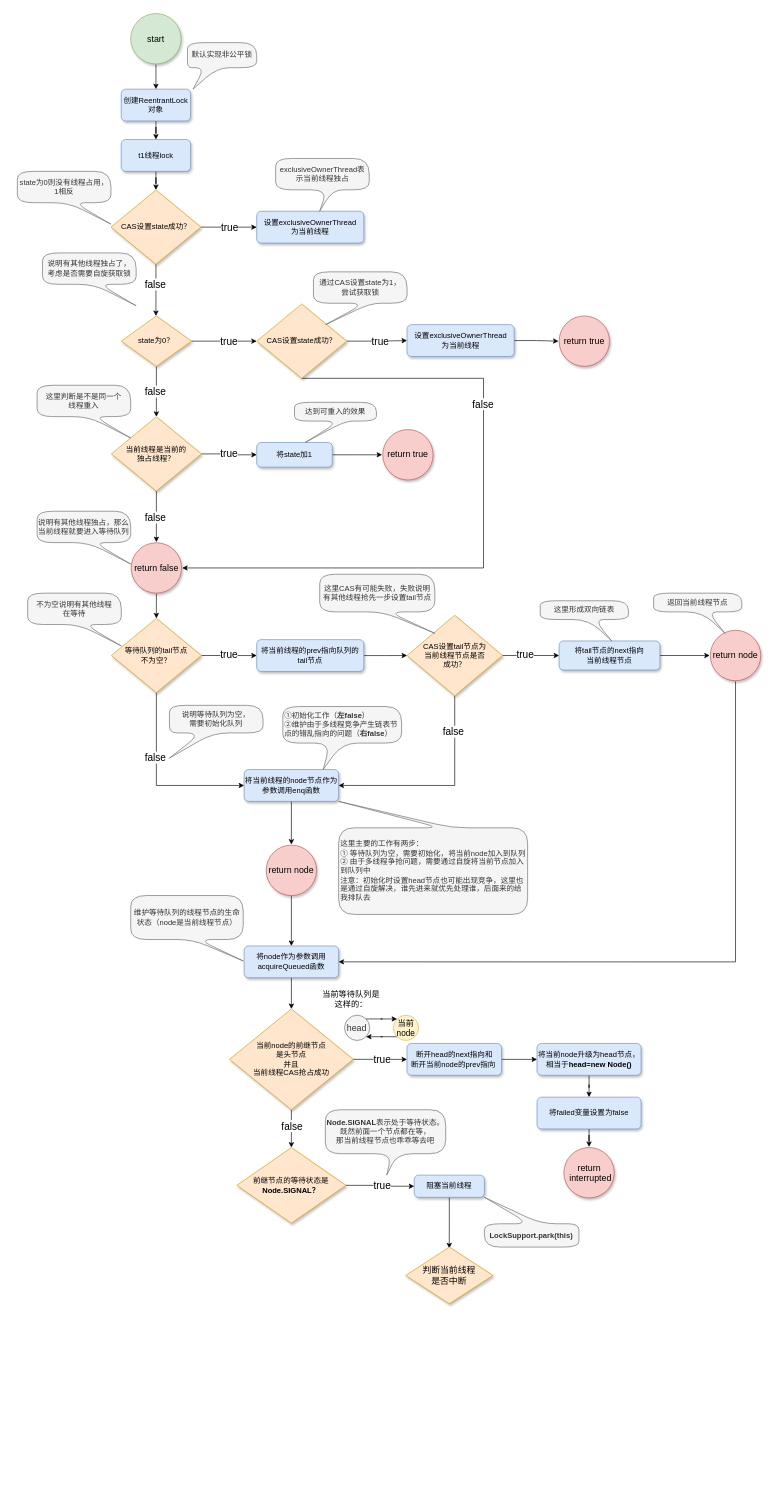
The draw.io diagram page "nonfair-lock" (1 of 2) of typora/JavaSE/7 并发/JUC-interface-diagram/ReentrantLock执行流程.drawio in LDChing0321/JavaLearn, before the edit. Source tidied: cells renumbered, new cells numbered last; positions are measured from the earlier drawing's top-left corner, leaving out a move shared by most shapes. Both pictures are drawn from the tidied source at 63%, with x=0, y=0 at pixel (17, 13).
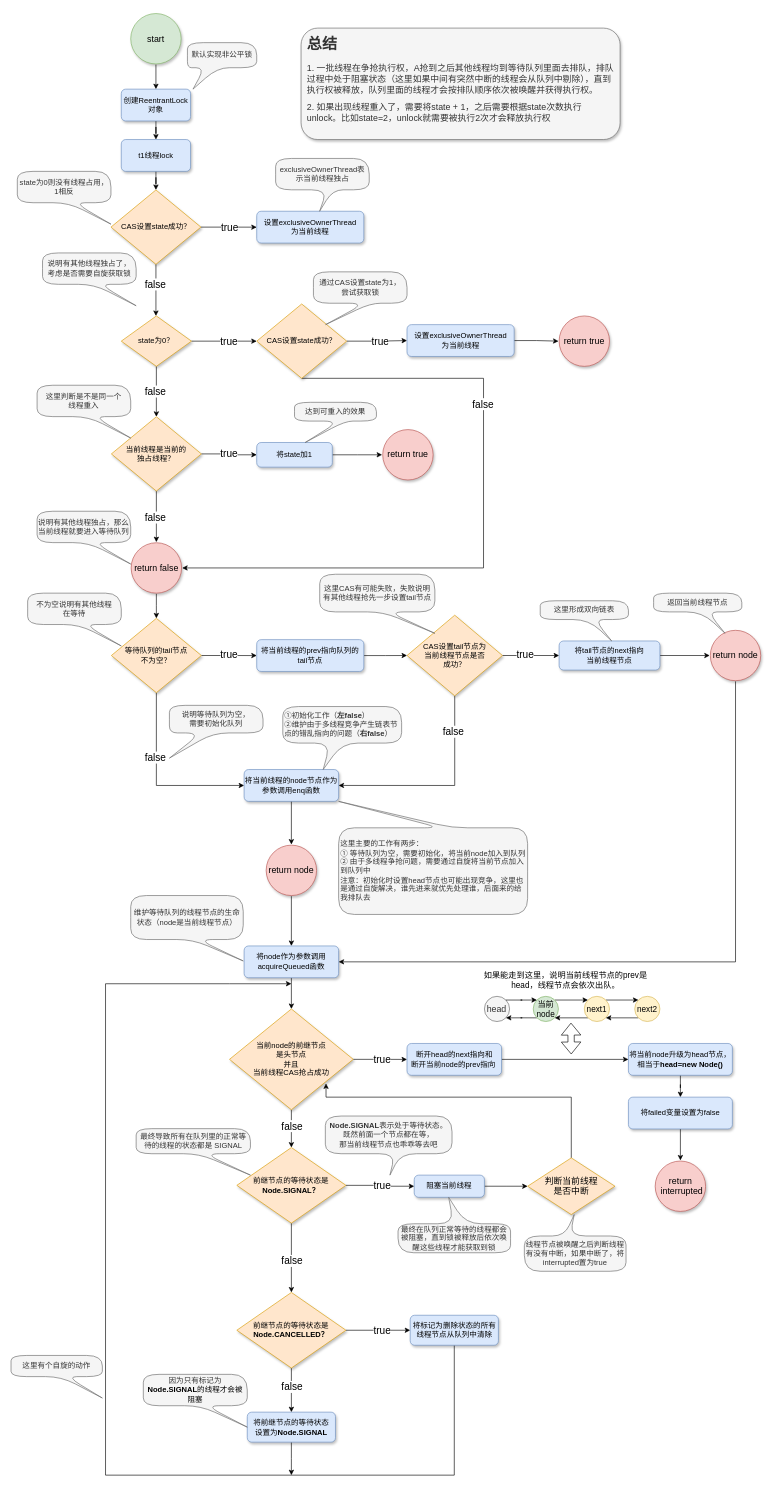
Above is the later version.

Commit message:
更新ReentrantLock执行流程.drawio

Unchanged cells that the change refers to:
```xml
<mxCell id="77" value="当前node的前继节点&lt;br&gt;是头节点&lt;br&gt;并且&lt;br&gt;当前线程CAS抢占成功" style="strokeWidth=1;html=1;shape=mxgraph.flowchart.decision;whiteSpace=wrap;fillColor=#ffe6cc;strokeColor=#d79b00;shadow=1;" parent="1" vertex="1">
  <mxGeometry x="336.8" y="1580" width="196.4" height="160" as="geometry" />
</mxCell>
<mxCell id="93" value="前继节点的等待状态是&lt;br&gt;&lt;b&gt;Node.SIGNAL？&lt;/b&gt;" style="strokeWidth=1;html=1;shape=mxgraph.flowchart.decision;whiteSpace=wrap;fillColor=#ffe6cc;strokeColor=#d79b00;shadow=1;" parent="1" vertex="1">
  <mxGeometry x="348.4" y="1800" width="173.2" height="120" as="geometry" />
</mxCell>
<mxCell id="97" value="阻塞当前线程" style="rounded=1;whiteSpace=wrap;html=1;absoluteArcSize=1;arcSize=14;strokeWidth=1;fillColor=#dae8fc;strokeColor=#6c8ebf;shadow=1;" parent="1" vertex="1">
  <mxGeometry x="630" y="1843.8" width="111.4" height="35.2" as="geometry" />
</mxCell>
```

What changed in the source:
```diff
@@
     <mxCell id="82" value="将当前node升级为head节点，相当于&lt;b&gt;head=new Node()&lt;/b&gt;" style="rounded=1;whiteSpace=wrap;html=1;absoluteArcSize=1;arcSize=14;strokeWidth=1;fillColor=#dae8fc;strokeColor=#6c8ebf;shadow=1;" parent="1" vertex="1">
-      <mxGeometry x="825" y="1634.8" width="165" height="50.5" as="geometry" />
+      <mxGeometry x="970" y="1634.8" width="165" height="50.5" as="geometry" />
     </mxCell>
-    <mxCell id="83" style="group;" parent="1" vertex="1">
-      <mxGeometry x="519.4" y="1590" width="117.5" height="40" as="geometry" />
-    </mxCell>
-    <mxCell id="84" value="head" style="ellipse;whiteSpace=wrap;html=1;fontSize=14;fillColor=#f5f5f5;fontColor=#333333;strokeColor=#666666;" parent="83" vertex="1">
-      <mxGeometry width="40" height="40" as="geometry" />
-    </mxCell>
-    <mxCell id="85" style="edgeStyle=orthogonalEdgeStyle;rounded=0;jettySize=auto;html=1;exitX=0;exitY=1;exitDx=0;exitDy=0;entryX=1;entryY=1;entryDx=0;entryDy=0;fontSize=13;" parent="83" edge="1" source="86" target="84">
-      <mxGeometry relative="1" as="geometry" />
-    </mxCell>
-    <mxCell id="86" value="当前node" style="ellipse;whiteSpace=wrap;html=1;fontSize=13;fillColor=#fff2cc;strokeColor=#d6b656;" parent="83" vertex="1">
-      <mxGeometry x="77.5" width="40" height="40" as="geometry" />
-    </mxCell>
-    <mxCell id="87" style="edgeStyle=orthogonalEdgeStyle;rounded=0;jettySize=auto;html=1;exitX=1;exitY=0;exitDx=0;exitDy=0;entryX=0;entryY=0;entryDx=0;entryDy=0;fontSize=13;" parent="83" edge="1" source="84" target="86">
-      <mxGeometry relative="1" as="geometry" />
-    </mxCell>
-    <mxCell id="88" value="当前等待队列是这样的：" style="text;html=1;strokeColor=none;fillColor=none;align=center;verticalAlign=middle;whiteSpace=wrap;rounded=0;fontSize=13;" parent="1" vertex="1">
-      <mxGeometry x="480" y="1550" width="100" height="30" as="geometry" />
+    <mxCell id="88" value="如果能走到这里，说明当前线程节点的prev是head，线程节点会依次出队。" style="text;html=1;strokeColor=none;fillColor=none;align=center;verticalAlign=middle;whiteSpace=wrap;rounded=0;fontSize=13;" parent="1" vertex="1">
+      <mxGeometry x="720.6" y="1520" width="299.4" height="30" as="geometry" />
     </mxCell>
@@
     <mxCell id="90" value="将failed变量设置为false" style="rounded=1;whiteSpace=wrap;html=1;absoluteArcSize=1;arcSize=14;strokeWidth=1;fillColor=#dae8fc;strokeColor=#6c8ebf;shadow=1;" parent="1" vertex="1">
-      <mxGeometry x="825" y="1720" width="165" height="50.5" as="geometry" />
+      <mxGeometry x="970" y="1720" width="165" height="50.5" as="geometry" />
     </mxCell>
     <mxCell id="91" value="return&lt;br&gt;&amp;nbsp;interrupted" style="strokeWidth=1;html=1;shape=mxgraph.flowchart.start_2;whiteSpace=wrap;labelBorderColor=none;strokeColor=#b85450;perimeterSpacing=1;fillColor=#f8cecc;shadow=1;fontSize=14;" parent="1" vertex="1">
-      <mxGeometry x="867.5" y="1800" width="80" height="80" as="geometry" />
+      <mxGeometry x="1012.5" y="1821.4" width="80" height="80" as="geometry" />
     </mxCell>
@@
+    <mxCell id="101" style="edgeStyle=orthogonalEdgeStyle;rounded=0;jettySize=auto;html=1;" parent="1" edge="1" source="93" target="106">
+      <mxGeometry relative="1" as="geometry" />
+    </mxCell>
@@
     <mxCell id="95" value="&lt;b&gt;Node.SIGNAL&lt;/b&gt;表示处于等待状态。&lt;br&gt;既然前面一个节点都在等，&lt;br&gt;那当前线程节点也乖乖等去吧" style="shape=callout;whiteSpace=wrap;html=1;perimeter=calloutPerimeter;position2=0.51;fillColor=#f5f5f5;fontColor=#333333;strokeColor=#666666;size=34;position=0.55;rounded=1;arcSize=50;base=9;spacing=3;" parent="1" vertex="1">
-      <mxGeometry x="488.9" y="1740" width="191.1" height="103.8" as="geometry" />
+      <mxGeometry x="488.9" y="1750" width="201.1" height="93.8" as="geometry" />
     </mxCell>
-    <mxCell id="96" style="edgeStyle=orthogonalEdgeStyle;rounded=0;jettySize=auto;html=1;fontSize=13;" parent="1" edge="1" source="97">
-      <mxGeometry relative="1" as="geometry">
-        <mxPoint x="685.6" y="1960" as="targetPoint" />
-      </mxGeometry>
-    </mxCell>
+    <mxCell id="102" style="edgeStyle=orthogonalEdgeStyle;rounded=0;jettySize=auto;html=1;" parent="1" edge="1" source="97" target="100">
+      <mxGeometry relative="1" as="geometry" />
+    </mxCell>
@@
-    <mxCell id="99" value="LockSupport.park(this)" style="shape=callout;whiteSpace=wrap;html=1;perimeter=calloutPerimeter;position2=1;fillColor=#f5f5f5;fontColor=#333333;strokeColor=#666666;size=42;position=0.4;rounded=1;arcSize=50;base=19;spacing=3;align=center;direction=west;fontStyle=1;" parent="1" vertex="1">
-      <mxGeometry x="741.4" y="1879" width="150" height="79" as="geometry" />
+    <mxCell id="99" value="&lt;span style=&quot;font-weight: 400;&quot;&gt;最终在队列正常等待的线程都会被阻塞，直到锁被释放后依次唤醒这些线程才能获取到锁&lt;/span&gt;" style="shape=callout;whiteSpace=wrap;html=1;perimeter=calloutPerimeter;position2=0.55;fillColor=#f5f5f5;fontColor=#333333;strokeColor=#666666;size=42;position=0.4;rounded=1;arcSize=50;base=19;spacing=3;align=center;direction=west;fontStyle=1;" parent="1" vertex="1">
+      <mxGeometry x="604.3" y="1879" width="178.6" height="88" as="geometry" />
     </mxCell>
+    <mxCell id="103" value="最终导致所有在队列里的正常等待的线程的状态都是&amp;nbsp;SIGNAL" style="shape=callout;whiteSpace=wrap;html=1;perimeter=calloutPerimeter;position2=1;fillColor=#f5f5f5;fontColor=#333333;strokeColor=#666666;size=34;position=0.55;rounded=1;arcSize=50;base=9;spacing=3;" parent="1" vertex="1">
+      <mxGeometry x="188.6" y="1770" width="181.4" height="73.8" as="geometry" />
+    </mxCell>
+    <mxCell id="104" style="edgeStyle=orthogonalEdgeStyle;rounded=0;jettySize=auto;html=1;" parent="1" edge="1" source="106" target="109">
+      <mxGeometry relative="1" as="geometry" />
+    </mxCell>
+    <mxCell id="105" style="edgeStyle=orthogonalEdgeStyle;rounded=0;jettySize=auto;html=1;" parent="1" edge="1" source="106" target="112">
+      <mxGeometry relative="1" as="geometry" />
+    </mxCell>
+    <mxCell id="106" value="前继节点的等待状态是&lt;br&gt;&lt;b&gt;Node.CANCELLED？&lt;/b&gt;" style="strokeWidth=1;html=1;shape=mxgraph.flowchart.decision;whiteSpace=wrap;fillColor=#ffe6cc;strokeColor=#d79b00;shadow=1;" parent="1" vertex="1">
+      <mxGeometry x="348.4" y="2030" width="173.2" height="120" as="geometry" />
+    </mxCell>
+    <mxCell id="107" value="false" style="edgeLabel;html=1;align=center;verticalAlign=middle;fontSize=16;" parent="1" vertex="1">
+      <mxGeometry x="447" y="1980" as="geometry">
+        <mxPoint x="-12" y="-1" as="offset" />
+      </mxGeometry>
+    </mxCell>
+    <mxCell id="108" style="edgeStyle=orthogonalEdgeStyle;rounded=0;jettySize=auto;html=1;exitX=0.5;exitY=1;exitDx=0;exitDy=0;" parent="1" edge="1" source="109">
+      <mxGeometry relative="1" as="geometry">
+        <mxPoint x="435" y="1540" as="targetPoint" />
+        <Array as="points">
+          <mxPoint x="694" y="2320" />
+          <mxPoint x="140" y="2320" />
+          <mxPoint x="140" y="1540" />
+          <mxPoint x="337" y="1540" />
+        </Array>
+      </mxGeometry>
+    </mxCell>
+    <mxCell id="109" value="将标记为删除状态的所有线程节点从队列中清除" style="rounded=1;whiteSpace=wrap;html=1;absoluteArcSize=1;arcSize=14;strokeWidth=1;fillColor=#dae8fc;strokeColor=#6c8ebf;shadow=1;" parent="1" vertex="1">
+      <mxGeometry x="623.6" y="2066.2" width="140" height="47.6" as="geometry" />
+    </mxCell>
+    <mxCell id="110" value="true" style="edgeLabel;html=1;align=center;verticalAlign=middle;fontSize=16;" parent="1" vertex="1">
+      <mxGeometry x="590" y="2090" as="geometry">
+        <mxPoint x="-12" y="-1" as="offset" />
+      </mxGeometry>
+    </mxCell>
+    <mxCell id="111" style="edgeStyle=orthogonalEdgeStyle;rounded=0;jettySize=auto;html=1;exitX=0.5;exitY=1;exitDx=0;exitDy=0;" parent="1" edge="1" source="112">
+      <mxGeometry relative="1" as="geometry">
+        <mxPoint x="435" y="2320" as="targetPoint" />
+      </mxGeometry>
+    </mxCell>
+    <mxCell id="112" value="将前继节点的等待状态&lt;br&gt;设置为&lt;b&gt;Node.SIGNAL&lt;/b&gt;" style="rounded=1;whiteSpace=wrap;html=1;absoluteArcSize=1;arcSize=14;strokeWidth=1;fillColor=#dae8fc;strokeColor=#6c8ebf;shadow=1;" parent="1" vertex="1">
+      <mxGeometry x="365" y="2220" width="140" height="47.6" as="geometry" />
+    </mxCell>
+    <mxCell id="113" value="因为只有标记为&lt;b style=&quot;color: rgb(0, 0, 0);&quot;&gt;Node.SIGNAL&lt;/b&gt;&lt;span style=&quot;color: rgb(0, 0, 0);&quot;&gt;的线程才会被阻塞&lt;/span&gt;" style="shape=callout;whiteSpace=wrap;html=1;perimeter=calloutPerimeter;position2=1;fillColor=#f5f5f5;fontColor=#333333;strokeColor=#666666;size=34;position=0.55;rounded=1;arcSize=50;base=9;spacing=3;" parent="1" vertex="1">
+      <mxGeometry x="200" y="2160" width="165" height="83.8" as="geometry" />
+    </mxCell>
+    <mxCell id="114" value="false" style="edgeLabel;html=1;align=center;verticalAlign=middle;fontSize=16;" parent="1" vertex="1">
+      <mxGeometry x="447" y="2180" as="geometry">
+        <mxPoint x="-12" y="-1" as="offset" />
+      </mxGeometry>
+    </mxCell>
+    <mxCell id="115" value="这里有个自旋的动作" style="shape=callout;whiteSpace=wrap;html=1;perimeter=calloutPerimeter;position2=1;fillColor=#f5f5f5;fontColor=#333333;strokeColor=#666666;size=34;position=0.55;rounded=1;arcSize=50;base=9;spacing=3;" parent="1" vertex="1">
+      <mxGeometry x="-10" y="2130" width="145" height="67.6" as="geometry" />
+    </mxCell>
+    <mxCell id="116" style="edgeStyle=orthogonalEdgeStyle;rounded=0;jettySize=auto;html=1;exitX=0.5;exitY=0;exitDx=0;exitDy=0;exitPerimeter=0;entryX=0.78;entryY=0.739;entryDx=0;entryDy=0;entryPerimeter=0;" parent="1" edge="1" source="100" target="77">
+      <mxGeometry relative="1" as="geometry">
+        <Array as="points">
+          <mxPoint x="879" y="1720" />
+          <mxPoint x="490" y="1720" />
+        </Array>
+      </mxGeometry>
+    </mxCell>
     <mxCell id="100" value="&lt;span style=&quot;font-size: 14px;&quot;&gt;判断当前线程&lt;br&gt;是否中断&lt;/span&gt;" style="strokeWidth=1;html=1;shape=mxgraph.flowchart.decision;whiteSpace=wrap;fillColor=#ffe6cc;strokeColor=#d79b00;shadow=1;" parent="1" vertex="1">
-      <mxGeometry x="616.4" y="1958" width="138.6" height="90" as="geometry" />
+      <mxGeometry x="810" y="1816.4" width="138.6" height="90" as="geometry" />
     </mxCell>
+    <mxCell id="117" value="线程节点被唤醒之后判断线程有没有中断，如果中断了，将interrupted置为true" style="shape=callout;whiteSpace=wrap;html=1;perimeter=calloutPerimeter;position2=0.51;fillColor=#f5f5f5;fontColor=#333333;strokeColor=#666666;size=34;position=0.55;rounded=1;arcSize=50;base=9;spacing=3;fontStyle=0;direction=west;" parent="1" vertex="1">
+      <mxGeometry x="804.8" y="1906.4" width="161.4" height="90" as="geometry" />
+    </mxCell>
+    <mxCell id="84" value="head" style="ellipse;whiteSpace=wrap;html=1;fontSize=14;fillColor=#f5f5f5;fontColor=#333333;strokeColor=#666666;" parent="1" vertex="1">
+      <mxGeometry x="741.4" y="1560" width="40" height="40" as="geometry" />
+    </mxCell>
+    <mxCell id="85" style="edgeStyle=orthogonalEdgeStyle;rounded=0;jettySize=auto;html=1;exitX=0;exitY=1;exitDx=0;exitDy=0;entryX=1;entryY=1;entryDx=0;entryDy=0;fontSize=13;" parent="1" edge="1" source="86" target="84">
+      <mxGeometry relative="1" as="geometry" />
+    </mxCell>
+    <mxCell id="118" style="edgeStyle=orthogonalEdgeStyle;rounded=0;jettySize=auto;html=1;exitX=1;exitY=0;exitDx=0;exitDy=0;entryX=0;entryY=0;entryDx=0;entryDy=0;" parent="1" edge="1" source="86" target="121">
+      <mxGeometry relative="1" as="geometry" />
+    </mxCell>
+    <mxCell id="86" value="当前node" style="ellipse;whiteSpace=wrap;html=1;fontSize=13;fillColor=#d5e8d4;strokeColor=#82b366;" parent="1" vertex="1">
+      <mxGeometry x="818.9" y="1560" width="40" height="40" as="geometry" />
+    </mxCell>
+    <mxCell id="87" style="edgeStyle=orthogonalEdgeStyle;rounded=0;jettySize=auto;html=1;exitX=1;exitY=0;exitDx=0;exitDy=0;entryX=0;entryY=0;entryDx=0;entryDy=0;fontSize=13;" parent="1" edge="1" source="84" target="86">
+      <mxGeometry relative="1" as="geometry" />
+    </mxCell>
+    <mxCell id="119" style="edgeStyle=orthogonalEdgeStyle;rounded=0;jettySize=auto;html=1;exitX=0;exitY=1;exitDx=0;exitDy=0;entryX=1;entryY=1;entryDx=0;entryDy=0;" parent="1" edge="1" source="121" target="86">
+      <mxGeometry relative="1" as="geometry" />
+    </mxCell>
+    <mxCell id="120" style="edgeStyle=orthogonalEdgeStyle;rounded=0;jettySize=auto;html=1;exitX=1;exitY=0;exitDx=0;exitDy=0;entryX=0;entryY=0;entryDx=0;entryDy=0;" parent="1" edge="1" source="121" target="123">
+      <mxGeometry relative="1" as="geometry" />
+    </mxCell>
+    <mxCell id="121" value="next1" style="ellipse;whiteSpace=wrap;html=1;fontSize=13;fillColor=#fff2cc;strokeColor=#d6b656;" parent="1" vertex="1">
+      <mxGeometry x="900" y="1560" width="40" height="40" as="geometry" />
+    </mxCell>
+    <mxCell id="122" style="edgeStyle=orthogonalEdgeStyle;rounded=0;jettySize=auto;html=1;exitX=0;exitY=1;exitDx=0;exitDy=0;entryX=1;entryY=1;entryDx=0;entryDy=0;" parent="1" edge="1" source="123" target="121">
+      <mxGeometry relative="1" as="geometry" />
+    </mxCell>
+    <mxCell id="123" value="next2" style="ellipse;whiteSpace=wrap;html=1;fontSize=13;fillColor=#fff2cc;strokeColor=#d6b656;" parent="1" vertex="1">
+      <mxGeometry x="980" y="1560" width="40" height="40" as="geometry" />
+    </mxCell>
+    <mxCell id="124" style="shape=flexArrow;endArrow=classic;startArrow=classic;html=1;rounded=0;" parent="1" edge="1">
+      <mxGeometry relative="1" as="geometry">
+        <mxPoint x="879.2" y="1652" as="sourcePoint" />
+        <mxPoint x="878.8" y="1602" as="targetPoint" />
+      </mxGeometry>
+    </mxCell>
+    <mxCell id="125" value="&lt;h1&gt;总结&lt;/h1&gt;&lt;p&gt;&lt;font style=&quot;font-size: 14px;&quot;&gt;1. 一批线程在争抢执行权，A抢到之后其他线程均到等待队列里面去排队，排队过程中处于阻塞状态（这里如果中间有突然中断的线程会从队列中剔除），直到执行权被释放，队列里面的线程才会按排队顺序依次被唤醒并获得执行权。&lt;/font&gt;&lt;/p&gt;&lt;p&gt;&lt;font style=&quot;font-size: 14px;&quot;&gt;2. 如果出现线程重入了，需要将state + 1，之后需要根据state次数执行unlock。比如state=2，unlock就需要被执行2次才会释放执行权&lt;/font&gt;&lt;/p&gt;" style="text;html=1;strokeColor=#666666;fillColor=#f5f5f5;spacing=10;spacingTop=-20;whiteSpace=wrap;overflow=hidden;rounded=1;fontColor=#333333;glass=0;shadow=1;" parent="1" vertex="1">
+      <mxGeometry x="450.4" y="23.1" width="506.4" height="176.9" as="geometry" />
+    </mxCell>
```
